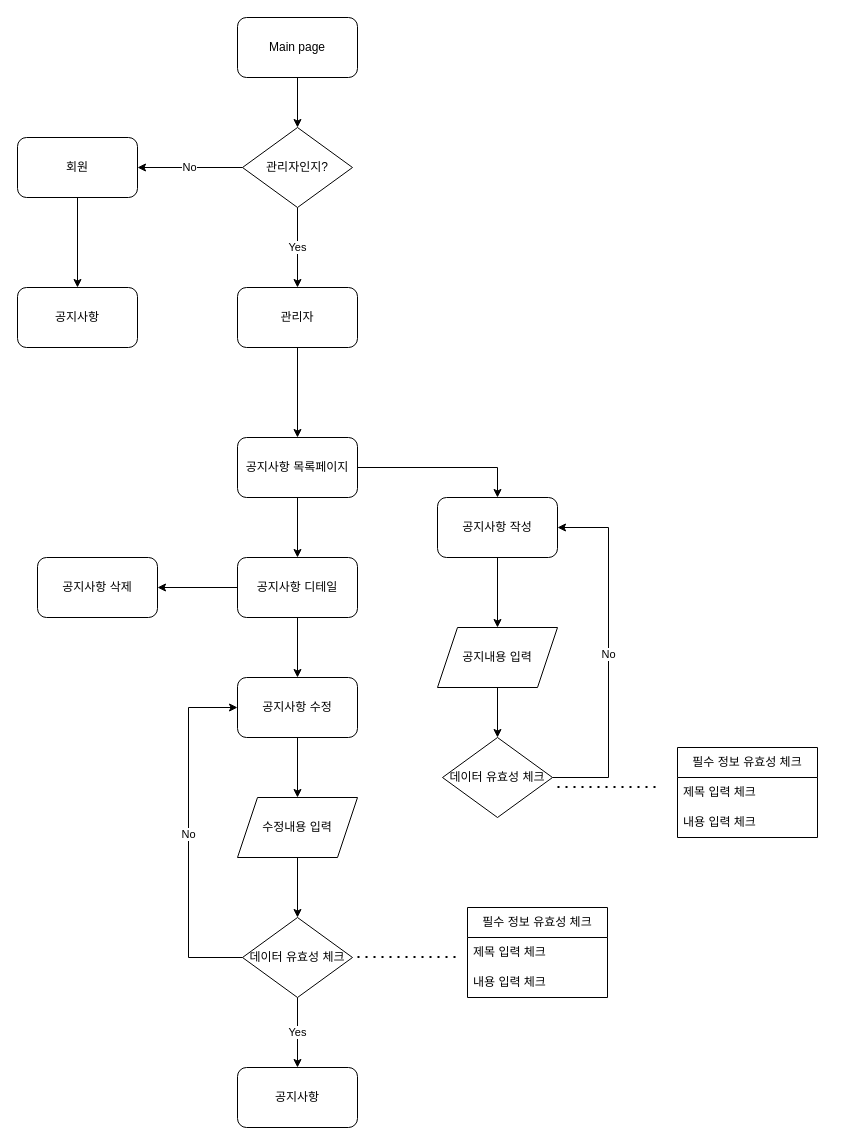
Earlier version of the draw.io diagram page "공지사항" (3 of 4) of 제목 없는 다이어그램.drawio (awfawf123/workspace). Source tidied: cells renumbered, new cells numbered last; positions are measured from the earlier drawing's top-left corner, leaving out a move shared by most shapes. Both pictures are drawn from the tidied source at 100%, with x=0, y=0 at pixel (17, 17).
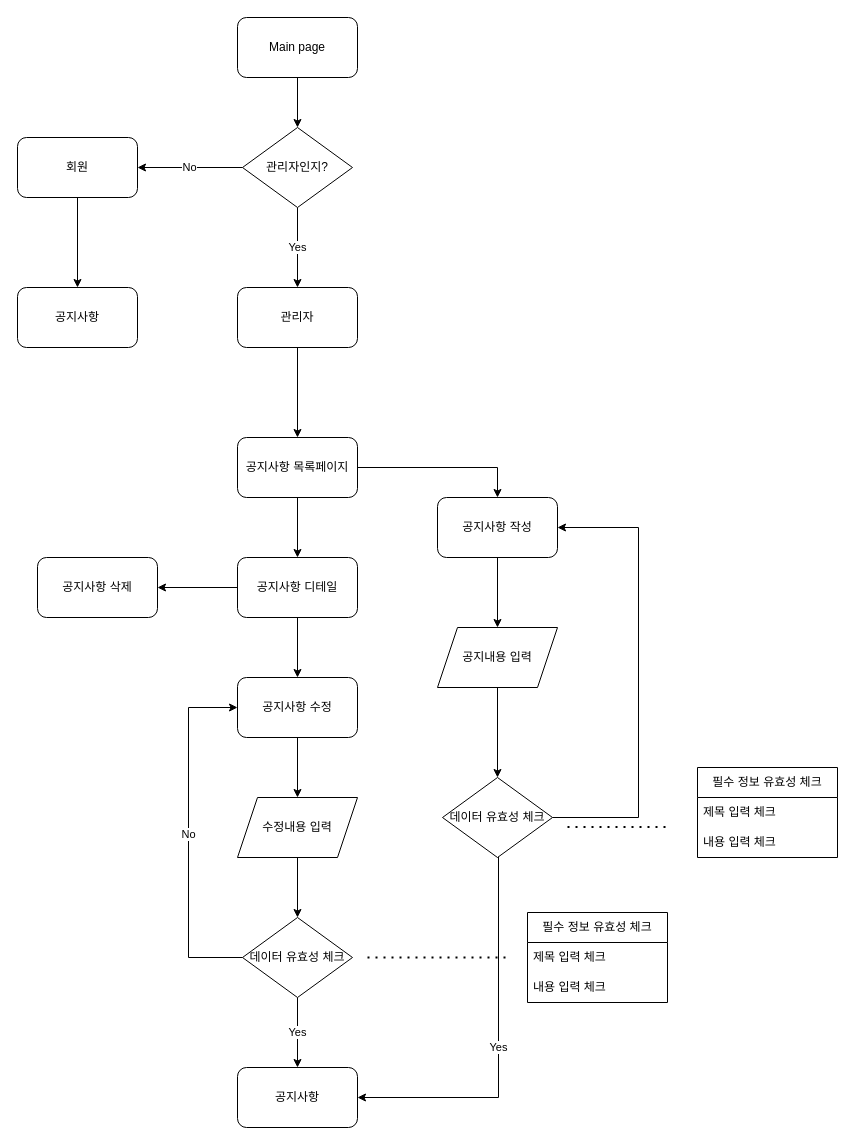
Above is the later version.

The change refers to these unchanged cells:
```xml
<mxCell id="13" value="공지사항 작성" style="rounded=1;whiteSpace=wrap;html=1;" parent="1" vertex="1">
  <mxGeometry x="420" y="480" width="120" height="60" as="geometry" />
</mxCell>
<mxCell id="40" value="공지사항" style="rounded=1;whiteSpace=wrap;html=1;" parent="1" vertex="1">
  <mxGeometry x="220" y="1050" width="120" height="60" as="geometry" />
</mxCell>
```

What changed in the source:
```diff
@@
+    <mxCell id="41" value="Yes" style="edgeStyle=orthogonalEdgeStyle;rounded=0;jettySize=auto;html=1;entryX=1;entryY=0.5;entryDx=0;entryDy=0;" parent="1" edge="1" source="25" target="40">
+      <mxGeometry relative="1" as="geometry">
+        <Array as="points">
+          <mxPoint x="481" y="1080" />
+        </Array>
+      </mxGeometry>
+    </mxCell>
-    <mxCell id="24" value="No" style="edgeStyle=orthogonalEdgeStyle;rounded=0;jettySize=auto;html=1;entryX=1;entryY=0.5;entryDx=0;entryDy=0;" parent="1" edge="1" source="25" target="13">
+    <mxCell id="24" style="edgeStyle=orthogonalEdgeStyle;rounded=0;jettySize=auto;html=1;entryX=1;entryY=0.5;entryDx=0;entryDy=0;" parent="1" edge="1" source="25" target="13">
       <mxGeometry relative="1" as="geometry">
         <Array as="points">
-          <mxPoint x="591" y="760" />
-          <mxPoint x="591" y="510" />
+          <mxPoint x="621" y="800" />
+          <mxPoint x="621" y="510" />
         </Array>
       </mxGeometry>
     </mxCell>
     <mxCell id="25" value="데이터 유효성 체크" style="rhombus;whiteSpace=wrap;html=1;" parent="1" vertex="1">
-      <mxGeometry x="425" y="720" width="110" height="80" as="geometry" />
+      <mxGeometry x="425" y="760" width="110" height="80" as="geometry" />
     </mxCell>
     <mxCell id="26" value="필수 정보 유효성 체크" style="swimlane;fontStyle=0;horizontal=1;startSize=30;whiteSpace=wrap;html=1;" parent="1" vertex="1">
-      <mxGeometry x="660" y="730" width="140" height="90" as="geometry" />
+      <mxGeometry x="680" y="750" width="140" height="90" as="geometry" />
     </mxCell>
@@
     <mxCell id="29" style="endArrow=none;dashed=1;html=1;dashPattern=1 3;strokeWidth=2;rounded=0;" parent="1" edge="1">
       <mxGeometry relative="1" as="geometry">
-        <mxPoint x="540" y="769.5" as="sourcePoint" />
-        <mxPoint x="640" y="769.5" as="targetPoint" />
+        <mxPoint x="550" y="809.5" as="sourcePoint" />
+        <mxPoint x="650" y="809.5" as="targetPoint" />
       </mxGeometry>
     </mxCell>
@@
     <mxCell id="36" value="필수 정보 유효성 체크" style="swimlane;fontStyle=0;horizontal=1;startSize=30;whiteSpace=wrap;html=1;" parent="1" vertex="1">
-      <mxGeometry x="450" y="890" width="140" height="90" as="geometry" />
+      <mxGeometry x="510" y="895" width="140" height="90" as="geometry" />
     </mxCell>
@@
     <mxCell id="39" style="endArrow=none;dashed=1;html=1;dashPattern=1 3;strokeWidth=2;rounded=0;" parent="1" edge="1">
       <mxGeometry relative="1" as="geometry">
-        <mxPoint x="340" y="939.5" as="sourcePoint" />
-        <mxPoint x="440" y="939.5" as="targetPoint" />
+        <mxPoint x="350" y="940" as="sourcePoint" />
+        <mxPoint x="490" y="940" as="targetPoint" />
       </mxGeometry>
     </mxCell>
```
